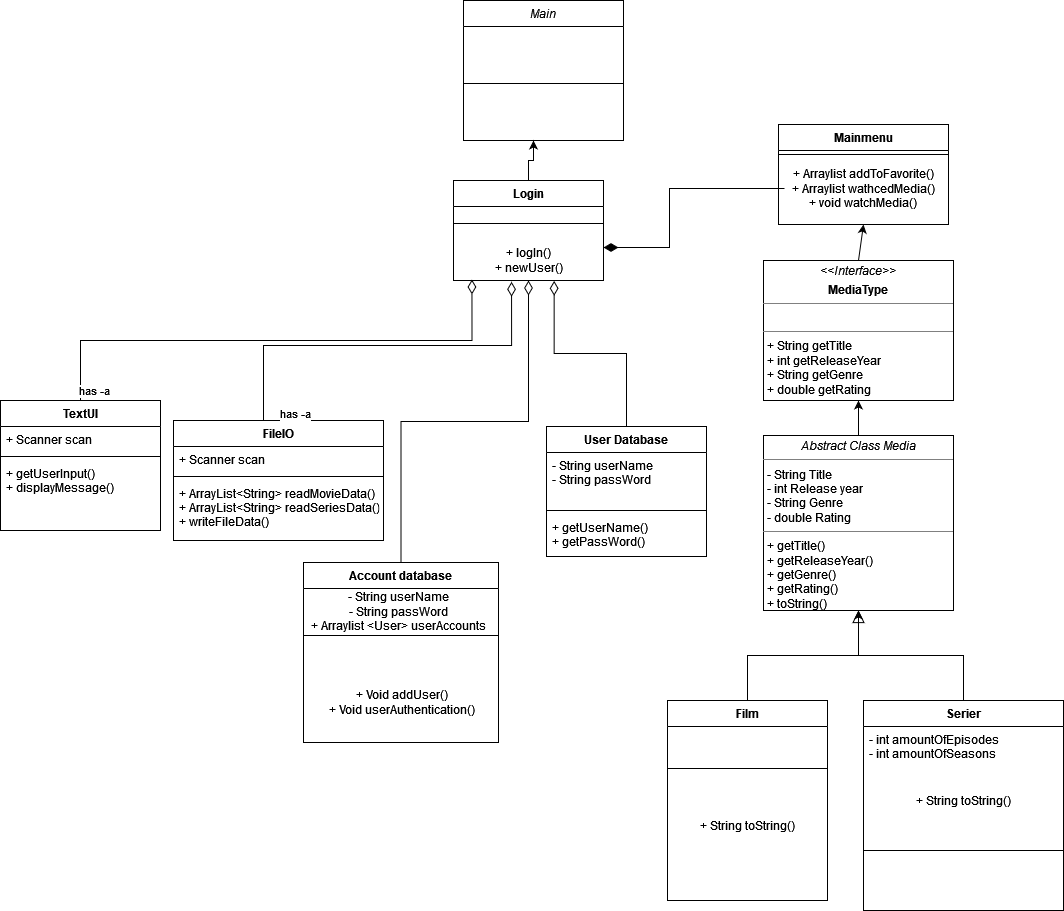
Before: src/Diagrams/Unavngivet diagram.drawio.png, a diagram exported from draw.io (havvand/SP_3). Source tidied: cells renumbered, new cells last; positions are measured from the earlier drawing's top-left corner, leaving out a move shared by most shapes.
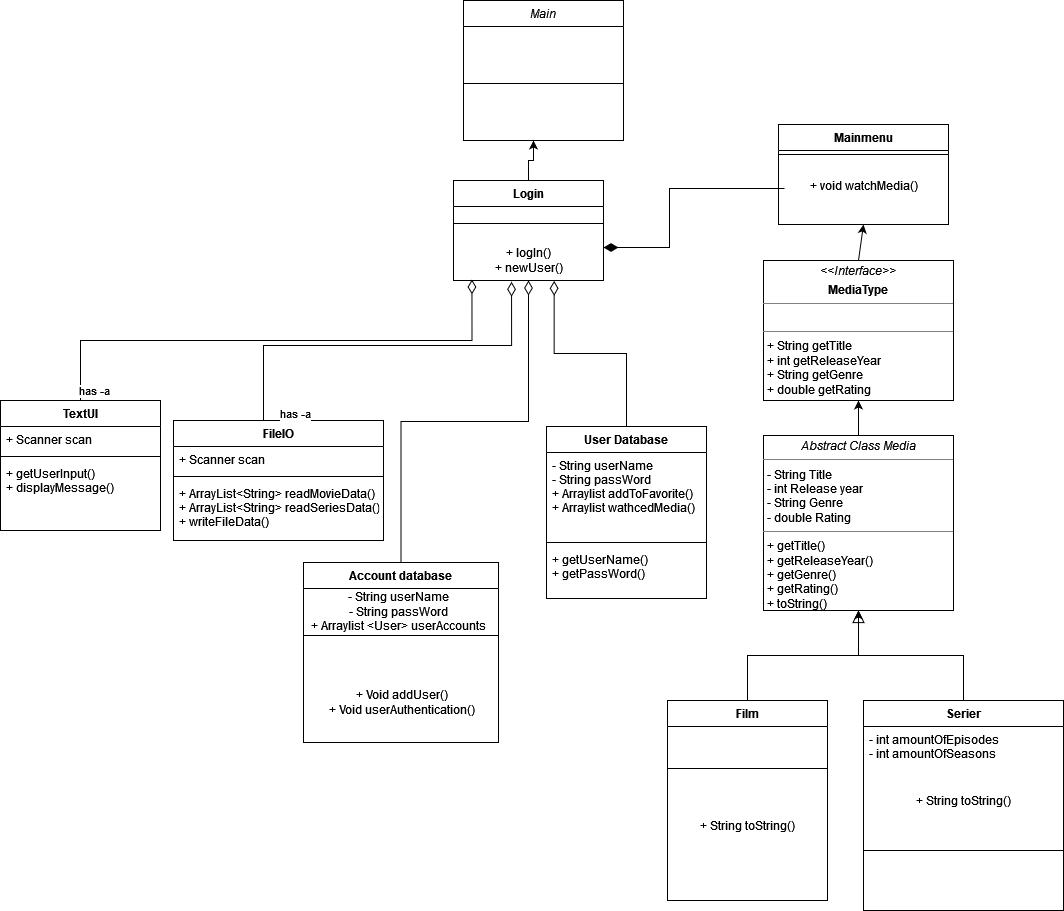
After the change.

What changed in the source:
```diff
@@ -75,8 +75,8 @@
     <mxCell id="22" style="line;html=1;strokeWidth=1;align=left;verticalAlign=middle;spacingTop=-1;spacingLeft=3;spacingRight=3;labelPosition=right;" parent="21" vertex="1">
       <mxGeometry y="26" width="170" height="8" as="geometry" />
     </mxCell>
-    <mxCell id="23" value="&lt;div&gt;+ Arraylist addToFavorite()&lt;/div&gt;&lt;div&gt;+ Arraylist wathcedMedia()&lt;br&gt;&lt;/div&gt;&lt;div&gt;+ void watchMedia()&lt;br&gt;&lt;/div&gt;" style="text;html=1;align=center;verticalAlign=middle;strokeColor=none;fillColor=none;" parent="21" vertex="1">
-      <mxGeometry y="34" width="170" height="60" as="geometry" />
+    <mxCell id="23" value="&lt;br&gt;&lt;div&gt;+ void watchMedia()&lt;br&gt;&lt;/div&gt;" style="text;html=1;align=center;verticalAlign=middle;strokeColor=none;fillColor=none;" parent="21" vertex="1">
+      <mxGeometry y="34" width="170" height="40" as="geometry" />
     </mxCell>
     <mxCell id="24" value="TextUI" style="swimlane;fontStyle=1;align=center;verticalAlign=top;horizontal=1;startSize=26;" parent="1" vertex="1">
       <mxGeometry y="400" width="160" height="130" as="geometry" />
@@ -132,16 +132,16 @@
       <mxGeometry x="-1" y="3" relative="1" as="geometry" />
     </mxCell>
     <mxCell id="40" value="User Database" style="swimlane;fontStyle=1;align=center;verticalAlign=top;horizontal=1;startSize=26;" parent="1" vertex="1">
-      <mxGeometry x="546" y="426" width="160" height="130" as="geometry" />
+      <mxGeometry x="546" y="426" width="160" height="172" as="geometry" />
     </mxCell>
-    <mxCell id="41" value="- String userName&#10;- String passWord" style="text;strokeColor=none;fillColor=none;align=left;verticalAlign=top;spacingLeft=4;spacingRight=4;overflow=hidden;" parent="40" vertex="1">
-      <mxGeometry y="26" width="160" height="54" as="geometry" />
+    <mxCell id="41" value="- String userName&#10;- String passWord&#10;+ Arraylist addToFavorite()&#10;+ Arraylist wathcedMedia()" style="text;strokeColor=none;fillColor=none;align=left;verticalAlign=top;spacingLeft=4;spacingRight=4;overflow=hidden;" parent="40" vertex="1">
+      <mxGeometry y="26" width="160" height="86" as="geometry" />
     </mxCell>
     <mxCell id="42" style="line;strokeWidth=1;fillColor=none;align=left;verticalAlign=middle;spacingTop=-1;spacingLeft=3;spacingRight=3;labelPosition=right;strokeColor=inherit;" parent="40" vertex="1">
-      <mxGeometry y="80" width="160" height="8" as="geometry" />
+      <mxGeometry y="112" width="160" height="8" as="geometry" />
     </mxCell>
     <mxCell id="43" value="+ getUserName()&#10;+ getPassWord()" style="text;strokeColor=none;fillColor=none;align=left;verticalAlign=top;spacingLeft=4;spacingRight=4;overflow=hidden;" parent="40" vertex="1">
-      <mxGeometry y="88" width="160" height="42" as="geometry" />
+      <mxGeometry y="120" width="160" height="52" as="geometry" />
     </mxCell>
     <mxCell id="44" style="endArrow=diamondThin;endSize=12;endFill=0;shadow=0;strokeWidth=1;rounded=0;edgeStyle=elbowEdgeStyle;elbow=vertical;entryX=0.671;entryY=1.009;entryDx=0;entryDy=0;exitX=0.5;exitY=0;exitDx=0;exitDy=0;entryPerimeter=0;" parent="1" edge="1" source="40" target="19">
       <mxGeometry relative="1" as="geometry" />
```
